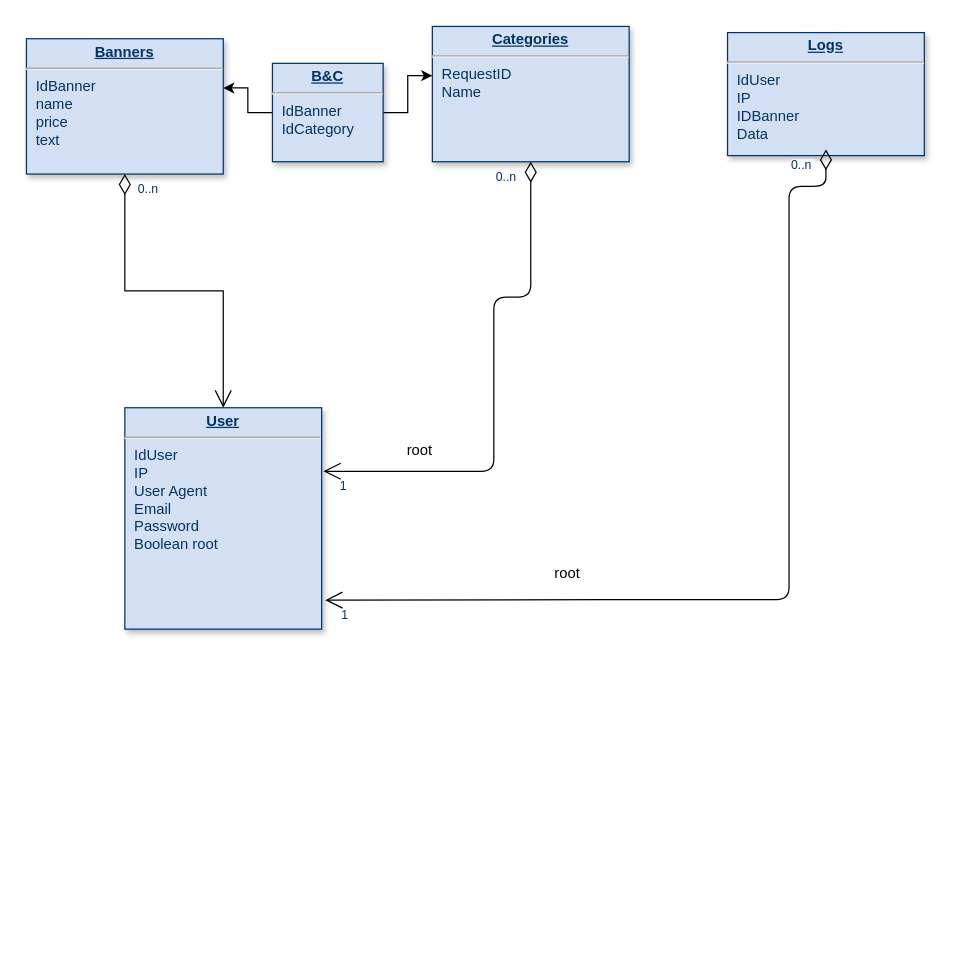
Before: Project_view.drawio in DragonFlameStrike/Web-aplication-front-docker-nginx-, a draw.io diagram. Source tidied: cells renumbered, new cells numbered last; positions are measured from the earlier drawing's top-left corner, leaving out a move shared by most shapes. Both pictures are drawn from the tidied source at 123%, with x=0, y=0 at pixel (26, 26).
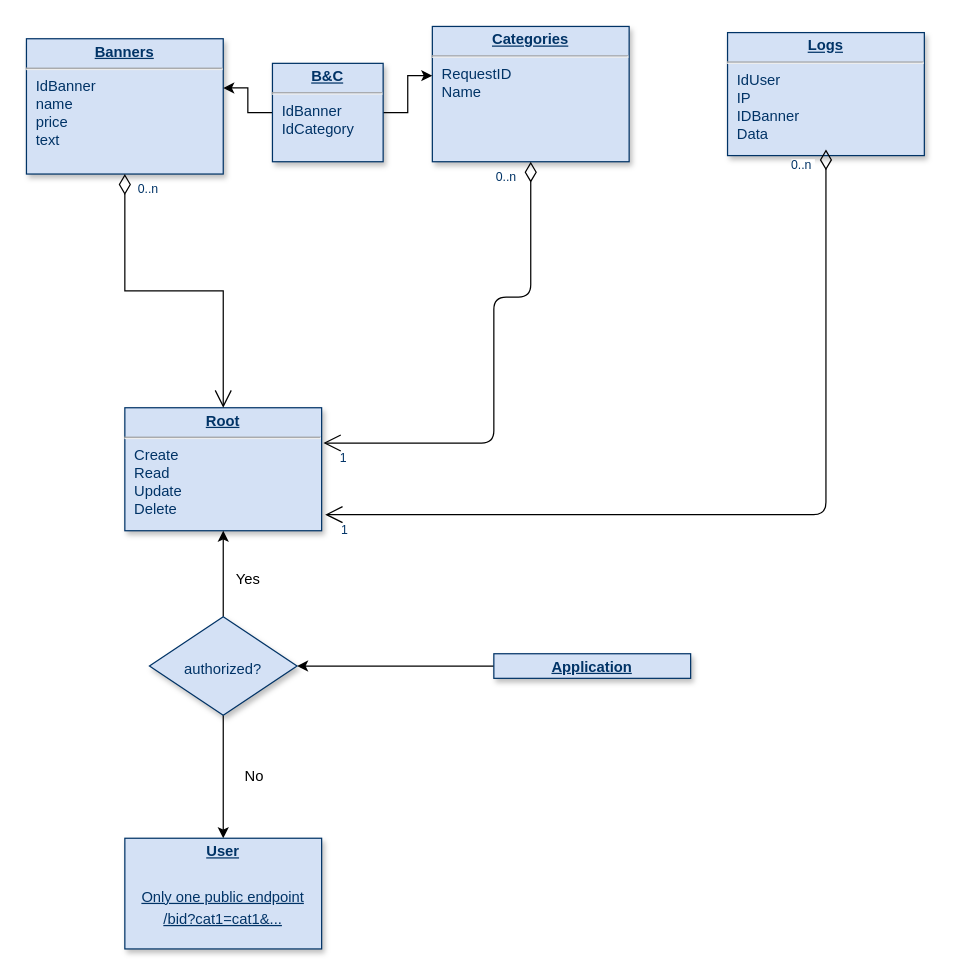
The same diagram, later.

The change refers to these unchanged cells:
```xml
<mxCell id="4" value="&lt;p style=&quot;margin: 0px; margin-top: 4px; text-align: center; text-decoration: underline;&quot;&gt;&lt;strong&gt;Categories&lt;/strong&gt;&lt;/p&gt;&lt;hr&gt;&lt;p style=&quot;margin: 0px; margin-left: 8px;&quot;&gt;RequestID&lt;/p&gt;&lt;p style=&quot;margin: 0px; margin-left: 8px;&quot;&gt;Name&lt;/p&gt;&lt;p style=&quot;margin: 0px; margin-left: 8px;&quot;&gt;&lt;br&gt;&lt;/p&gt;" style="verticalAlign=top;align=left;overflow=fill;fontSize=12;fontFamily=Helvetica;html=1;strokeColor=#003366;shadow=1;fillColor=#D4E1F5;fontColor=#003366;" parent="1" vertex="1">
  <mxGeometry x="330" width="160" height="110" as="geometry" />
</mxCell>
```

Diff of the diagram source:
```diff
@@
-    <mxCell id="2" value="&lt;p style=&quot;margin: 0px; margin-top: 4px; text-align: center; text-decoration: underline;&quot;&gt;&lt;strong&gt;User&lt;/strong&gt;&lt;/p&gt;&lt;hr&gt;&lt;p style=&quot;margin: 0px; margin-left: 8px;&quot;&gt;IdUser&lt;/p&gt;&lt;p style=&quot;margin: 0px; margin-left: 8px;&quot;&gt;IP&amp;nbsp;&lt;/p&gt;&lt;p style=&quot;margin: 0px; margin-left: 8px;&quot;&gt;User Agent&lt;/p&gt;&lt;p style=&quot;margin: 0px; margin-left: 8px;&quot;&gt;Email&lt;/p&gt;&lt;p style=&quot;margin: 0px; margin-left: 8px;&quot;&gt;Password&lt;/p&gt;&lt;p style=&quot;margin: 0px; margin-left: 8px;&quot;&gt;Boolean root&lt;/p&gt;" style="verticalAlign=top;align=left;overflow=fill;fontSize=12;fontFamily=Helvetica;html=1;strokeColor=#003366;shadow=1;fillColor=#D4E1F5;fontColor=#003366;" parent="1" vertex="1">
-      <mxGeometry x="80" y="310" width="160" height="180" as="geometry" />
+    <mxCell id="2" value="&lt;p style=&quot;margin: 0px; margin-top: 4px; text-align: center; text-decoration: underline;&quot;&gt;&lt;strong&gt;Root&lt;/strong&gt;&lt;/p&gt;&lt;hr&gt;&lt;p style=&quot;margin: 0px; margin-left: 8px;&quot;&gt;Create&lt;/p&gt;&lt;p style=&quot;margin: 0px; margin-left: 8px;&quot;&gt;Read&lt;/p&gt;&lt;p style=&quot;margin: 0px; margin-left: 8px;&quot;&gt;Update&lt;/p&gt;&lt;p style=&quot;margin: 0px; margin-left: 8px;&quot;&gt;Delete&lt;/p&gt;" style="verticalAlign=top;align=left;overflow=fill;fontSize=12;fontFamily=Helvetica;html=1;strokeColor=#003366;shadow=1;fillColor=#D4E1F5;fontColor=#003366;" parent="1" vertex="1">
+      <mxGeometry x="80" y="310" width="160" height="100" as="geometry" />
     </mxCell>
@@
     <mxCell id="7" style="endArrow=open;endSize=12;startArrow=diamondThin;startSize=14;startFill=0;edgeStyle=orthogonalEdgeStyle;exitX=0.5;exitY=1;exitDx=0;exitDy=0;entryX=1.009;entryY=0.287;entryDx=0;entryDy=0;entryPerimeter=0;" parent="1" edge="1" source="4" target="2">
       <mxGeometry x="1389.4" y="130" as="geometry">
         <Array as="points">
           <mxPoint x="410" y="220" />
           <mxPoint x="380" y="220" />
-          <mxPoint x="380" y="362" />
+          <mxPoint x="380" y="339" />
         </Array>
       </mxGeometry>
     </mxCell>
@@
-    <mxCell id="10" value="root" style="text;html=1;strokeColor=none;fillColor=none;align=center;verticalAlign=middle;whiteSpace=wrap;rounded=0;" parent="1" vertex="1">
-      <mxGeometry x="290" y="330" width="60" height="30" as="geometry" />
-    </mxCell>
@@
     <mxCell id="12" style="endArrow=open;endSize=12;startArrow=diamondThin;startSize=14;startFill=0;edgeStyle=orthogonalEdgeStyle;exitX=0.5;exitY=1;exitDx=0;exitDy=0;entryX=1.018;entryY=0.869;entryDx=0;entryDy=0;entryPerimeter=0;" parent="1" edge="1" target="2">
       <mxGeometry x="1629.4" y="40" as="geometry">
         <mxPoint x="650" y="100" as="sourcePoint" />
         <Array as="points">
-          <mxPoint x="650" y="130" />
-          <mxPoint x="620" y="130" />
-          <mxPoint x="620" y="466" />
-          <mxPoint x="480" y="466" />
+          <mxPoint x="650" y="397" />
         </Array>
       </mxGeometry>
     </mxCell>
@@
-    <mxCell id="15" value="root" style="text;html=1;strokeColor=none;fillColor=none;align=center;verticalAlign=middle;whiteSpace=wrap;rounded=0;" parent="1" vertex="1">
-      <mxGeometry x="410" y="430" width="60" height="30" as="geometry" />
-    </mxCell>
@@
+    <mxCell id="19" style="edgeStyle=orthogonalEdgeStyle;rounded=0;jettySize=auto;html=1;" parent="1" edge="1" source="20" target="23">
+      <mxGeometry relative="1" as="geometry" />
+    </mxCell>
+    <mxCell id="20" value="&lt;p style=&quot;margin: 0px; margin-top: 4px; text-align: center; text-decoration: underline;&quot;&gt;&lt;b&gt;Application&lt;/b&gt;&lt;/p&gt;" style="verticalAlign=top;align=left;overflow=fill;fontSize=12;fontFamily=Helvetica;html=1;strokeColor=#003366;shadow=1;fillColor=#D4E1F5;fontColor=#003366;" parent="1" vertex="1">
+      <mxGeometry x="380" y="510" width="160" height="20" as="geometry" />
+    </mxCell>
+    <mxCell id="21" style="edgeStyle=orthogonalEdgeStyle;rounded=0;jettySize=auto;html=1;" parent="1" edge="1" source="23" target="2">
+      <mxGeometry relative="1" as="geometry" />
+    </mxCell>
+    <mxCell id="22" style="edgeStyle=orthogonalEdgeStyle;rounded=0;jettySize=auto;html=1;" parent="1" edge="1" source="23" target="24">
+      <mxGeometry relative="1" as="geometry" />
+    </mxCell>
+    <mxCell id="23" value="&lt;br&gt;&amp;nbsp; &amp;nbsp; &amp;nbsp;&lt;br&gt;&amp;nbsp; &amp;nbsp; &amp;nbsp; &amp;nbsp; authorized?&lt;br&gt;&amp;nbsp; &amp;nbsp;" style="rhombus;whiteSpace=wrap;html=1;align=left;verticalAlign=top;fillColor=#D4E1F5;strokeColor=#003366;fontColor=#003366;shadow=1;" parent="1" vertex="1">
+      <mxGeometry x="100" y="480" width="120" height="80" as="geometry" />
+    </mxCell>
+    <mxCell id="24" value="&lt;p style=&quot;margin: 0px; margin-top: 4px; text-align: center; text-decoration: underline;&quot;&gt;&lt;b&gt;User&lt;/b&gt;&lt;/p&gt;&lt;p style=&quot;margin: 0px; margin-top: 4px; text-align: center; text-decoration: underline;&quot;&gt;&lt;br&gt;&lt;/p&gt;&lt;p style=&quot;margin: 0px; margin-top: 4px; text-align: center; text-decoration: underline;&quot;&gt;Only one public endpoint&lt;/p&gt;&lt;p style=&quot;margin: 0px; margin-top: 4px; text-align: center; text-decoration: underline;&quot;&gt;/bid?cat1=cat1&amp;amp;...&lt;/p&gt;" style="verticalAlign=top;align=left;overflow=fill;fontSize=12;fontFamily=Helvetica;html=1;strokeColor=#003366;shadow=1;fillColor=#D4E1F5;fontColor=#003366;" parent="1" vertex="1">
+      <mxGeometry x="80" y="660" width="160" height="90" as="geometry" />
+    </mxCell>
+    <mxCell id="25" value="Yes" style="text;html=1;align=center;verticalAlign=middle;strokeColor=none;fillColor=none;" parent="1" vertex="1">
+      <mxGeometry x="160" y="440" width="40" height="20" as="geometry" />
+    </mxCell>
+    <mxCell id="26" value="No" style="text;html=1;align=center;verticalAlign=middle;strokeColor=none;fillColor=none;" parent="1" vertex="1">
+      <mxGeometry x="170" y="600" width="30" height="20" as="geometry" />
+    </mxCell>
```
